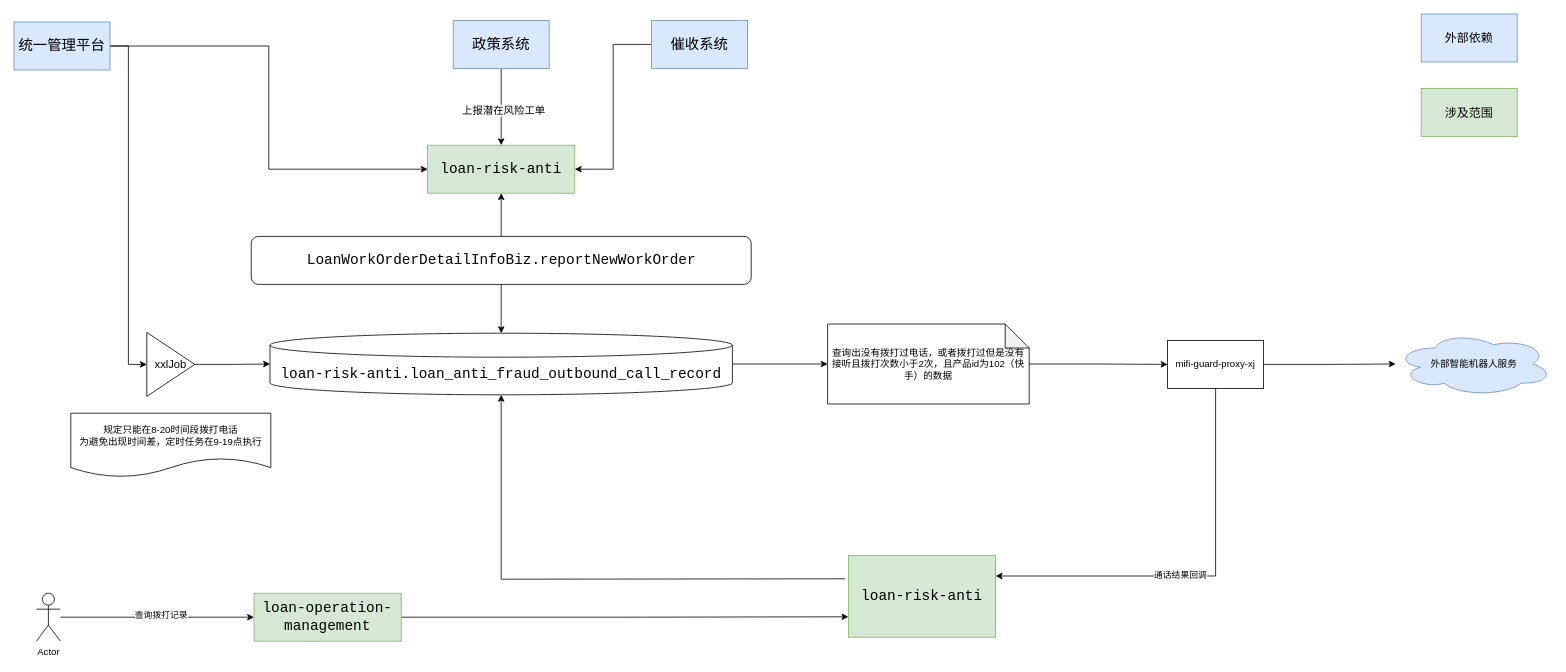
Above: 发诈骗.drawio in cjf354075714/learn (draw.io), before the change. Source tidied: cells renumbered, new cells numbered last; positions are measured from the earlier drawing's top-left corner, leaving out a move shared by most shapes. Both pictures are drawn from the tidied source at 80%, with x=0, y=0 at pixel (14, 14).
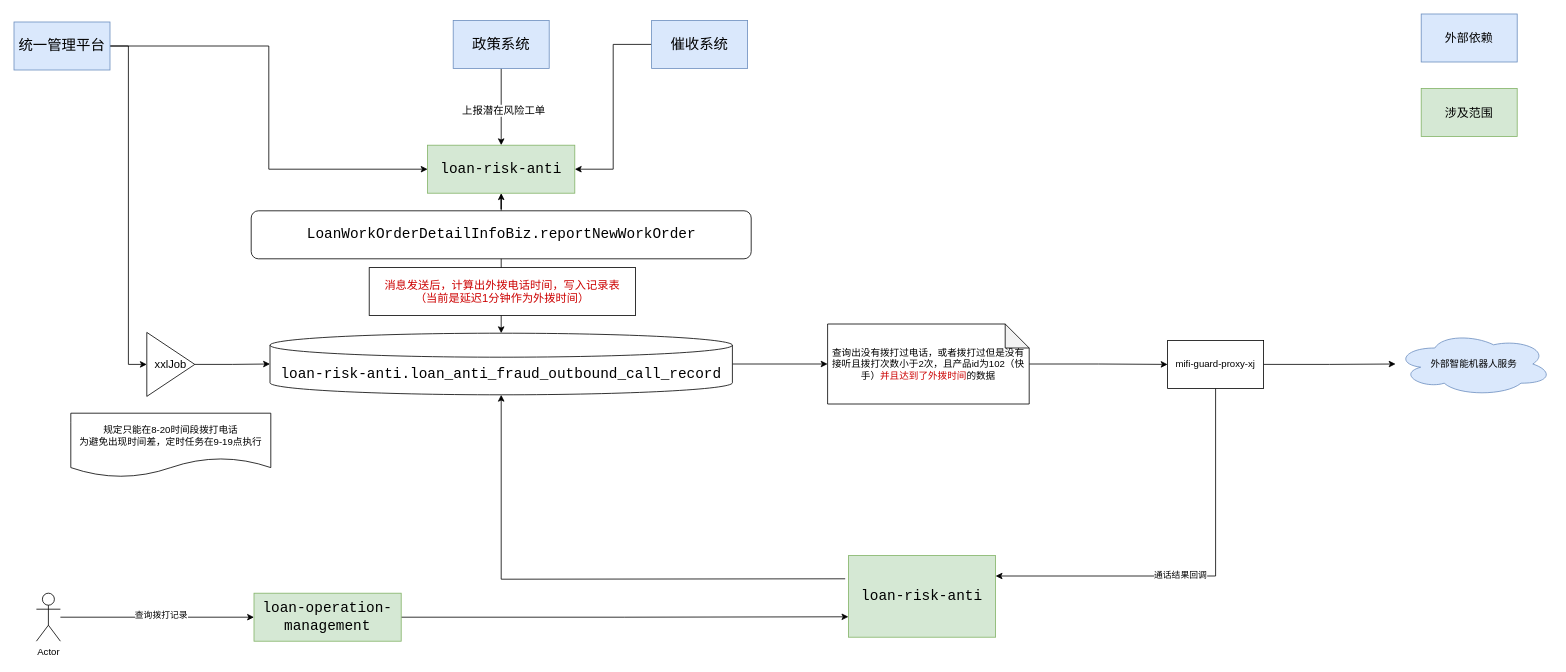
After the change.

Commit message:
更新发诈骗.drawio

Change to the diagram source:
```diff
@@
     <mxCell id="12" value="&lt;div&gt;&lt;pre style=&quot;font-size: 13.5pt;&quot;&gt;&lt;font face=&quot;Courier New&quot;&gt;&lt;font style=&quot;color: rgb(0, 0, 0);&quot;&gt;LoanWorkOrderDetailInfoBiz.&lt;/font&gt;reportNewWorkOrder&lt;/font&gt;&lt;/pre&gt;&lt;/div&gt;" style="rounded=1;whiteSpace=wrap;html=1;" parent="1" vertex="1">
-      <mxGeometry x="296.5" y="278" width="625" height="60" as="geometry" />
+      <mxGeometry x="296.5" y="246" width="625" height="60" as="geometry" />
     </mxCell>
@@
-    <mxCell id="20" value="查询出没有拨打过电话，或者拨打过但是没有接听且拨打次数小于2次，且产品id为102（快手）的数据" style="shape=note;whiteSpace=wrap;html=1;backgroundOutline=1;darkOpacity=0.05;" parent="1" vertex="1">
+    <mxCell id="20" value="查询出没有拨打过电话，或者拨打过但是没有接听且拨打次数小于2次，且产品id为102（快手）&lt;font style=&quot;color: rgb(204, 0, 0);&quot;&gt;并且达到了外拨时间&lt;/font&gt;的数据" style="shape=note;whiteSpace=wrap;html=1;backgroundOutline=1;darkOpacity=0.05;" parent="1" vertex="1">
       <mxGeometry x="1017" y="387.5" width="252" height="100" as="geometry" />
     </mxCell>
@@
+    <mxCell id="35" value="&lt;font style=&quot;color: rgb(204, 0, 0); font-size: 14px;&quot;&gt;消息发送后，计算出外拨电话时间，写入记录表&lt;/font&gt;&lt;div&gt;&lt;font style=&quot;color: rgb(204, 0, 0); font-size: 14px;&quot;&gt;（当前是延迟1分钟作为外拨时间）&lt;/font&gt;&lt;/div&gt;" style="rounded=0;whiteSpace=wrap;html=1;" parent="1" vertex="1">
+      <mxGeometry x="444" y="317" width="333" height="60" as="geometry" />
+    </mxCell>
```
